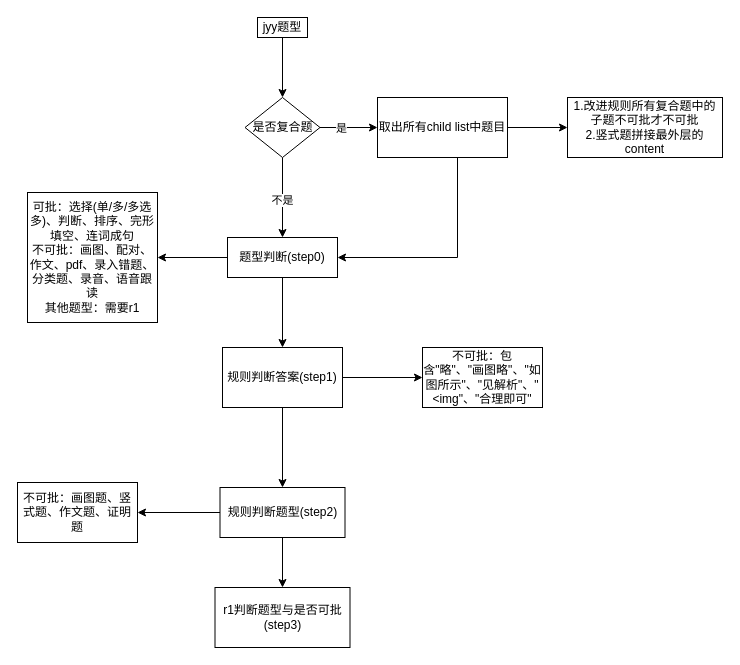
Earlier version of the draw.io diagram page "第 3 页" (3 of 7) of temp.drawio (QinHsiu/plot_demo). Source tidied: cells renumbered, new cells numbered last; positions are measured from the earlier drawing's top-left corner, leaving out a move shared by most shapes. Both pictures are drawn from the tidied source at 100%, with x=0, y=0 at pixel (17, 17).
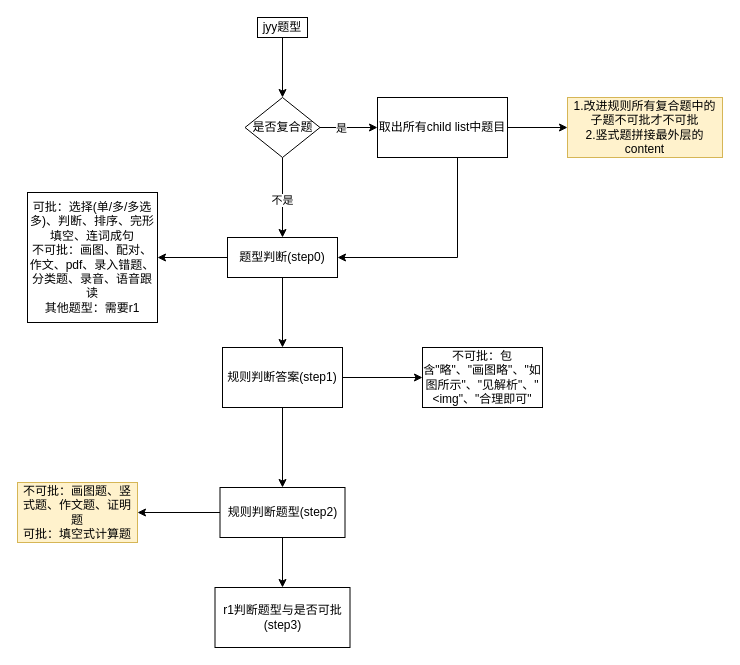
Above is the later version.

The edit, as a diff of the source:
```diff
@@
-    <mxCell id="23" value="不可批：画图题、竖式题、作文题、证明题" style="whiteSpace=wrap;html=1;rounded=0;" parent="1" vertex="1">
+    <mxCell id="23" value="不可批：画图题、竖式题、作文题、证明题&lt;div&gt;可批：填空式计算题&lt;/div&gt;" style="whiteSpace=wrap;html=1;rounded=0;fillColor=#fff2cc;strokeColor=#d6b656;" parent="1" vertex="1">
       <mxGeometry y="465" width="120" height="60" as="geometry" />
     </mxCell>
@@
-    <mxCell id="25" value="1.改进规则所有复合题中的子题不可批才不可批&lt;div&gt;2.竖式题拼接最外层的content&lt;/div&gt;" style="whiteSpace=wrap;html=1;rounded=0;" parent="1" vertex="1">
+    <mxCell id="25" value="1.改进规则所有复合题中的子题不可批才不可批&lt;div&gt;2.竖式题拼接最外层的content&lt;/div&gt;" style="whiteSpace=wrap;html=1;rounded=0;fillColor=#fff2cc;strokeColor=#d6b656;" parent="1" vertex="1">
       <mxGeometry x="550" y="80" width="155" height="60" as="geometry" />
     </mxCell>
```
